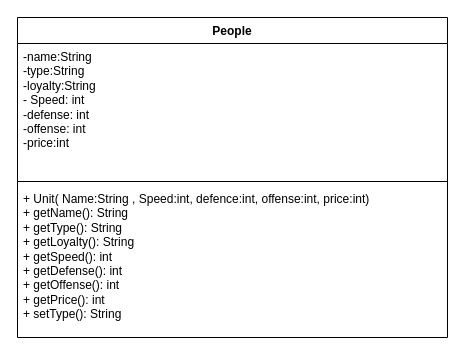
The draw.io diagram UMLs/People/People.drawio in advanced-programming-sut-2023/project-group-41, before the edit. Source tidied: cells renumbered, new cells numbered last; positions are measured from the earlier drawing's top-left corner, leaving out a move shared by most shapes. Both pictures are drawn from the tidied source at 100%, with x=0, y=0 at pixel (17, 17).
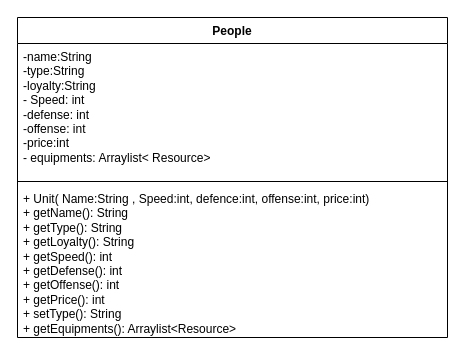
The same diagram, later.

The edit, as a diff of the source:
```diff
@@
 <mxGraphModel>
   <root>
     <mxCell id="0" />
     <mxCell id="1" parent="0" />
     <mxCell id="2" value="People" style="swimlane;fontStyle=1;align=center;verticalAlign=top;horizontal=1;startSize=26;whiteSpace=wrap;html=1;" parent="1" vertex="1">
       <mxGeometry width="430" height="320" as="geometry" />
     </mxCell>
-    <mxCell id="3" value="-name:String&lt;br&gt;-type:String&lt;br&gt;-loyalty:String&lt;br&gt;- Speed: int&lt;br&gt;-defense: int&lt;br&gt;-offense: int&lt;br&gt;-price:int" style="text;strokeColor=none;fillColor=none;align=left;verticalAlign=top;spacingLeft=4;spacingRight=4;overflow=hidden;whiteSpace=wrap;html=1;" parent="2" vertex="1">
+    <mxCell id="3" value="-name:String&lt;br&gt;-type:String&lt;br&gt;-loyalty:String&lt;br&gt;- Speed: int&lt;br&gt;-defense: int&lt;br&gt;-offense: int&lt;br&gt;-price:int&lt;br&gt;- equipments: Arraylist&amp;lt; Resource&amp;gt;" style="text;strokeColor=none;fillColor=none;align=left;verticalAlign=top;spacingLeft=4;spacingRight=4;overflow=hidden;whiteSpace=wrap;html=1;" parent="2" vertex="1">
       <mxGeometry y="26" width="430" height="134" as="geometry" />
     </mxCell>
     <mxCell id="4" style="line;strokeWidth=1;fillColor=none;align=left;verticalAlign=middle;spacingTop=-1;spacingLeft=3;spacingRight=3;labelPosition=right;strokeColor=inherit;" parent="2" vertex="1">
       <mxGeometry y="160" width="430" height="8" as="geometry" />
     </mxCell>
-    <mxCell id="5" value="+ Unit( Name:String , Speed:int, defence:int, offense:int, price:int)&lt;br&gt;+ getName(): String&lt;br&gt;+ getType(): String&lt;br&gt;+ getLoyalty(): String&lt;br&gt;+ getSpeed(): int&lt;br&gt;+ getDefense(): int&lt;br&gt;+ getOffense(): int&lt;br&gt;+ getPrice(): int&lt;br&gt;+ setType(): String" style="text;strokeColor=none;fillColor=none;align=left;verticalAlign=top;spacingLeft=4;spacingRight=4;overflow=hidden;whiteSpace=wrap;html=1;" parent="2" vertex="1">
+    <mxCell id="5" value="+ Unit( Name:String , Speed:int, defence:int, offense:int, price:int)&lt;br&gt;+ getName(): String&lt;br&gt;+ getType(): String&lt;br&gt;+ getLoyalty(): String&lt;br&gt;+ getSpeed(): int&lt;br&gt;+ getDefense(): int&lt;br&gt;+ getOffense(): int&lt;br&gt;+ getPrice(): int&lt;br&gt;+ setType(): String&lt;br&gt;+ getEquipments(): Arraylist&amp;lt;Resource&amp;gt;" style="text;strokeColor=none;fillColor=none;align=left;verticalAlign=top;spacingLeft=4;spacingRight=4;overflow=hidden;whiteSpace=wrap;html=1;" parent="2" vertex="1">
       <mxGeometry y="168" width="430" height="152" as="geometry" />
     </mxCell>
   </root>
 </mxGraphModel>
```
